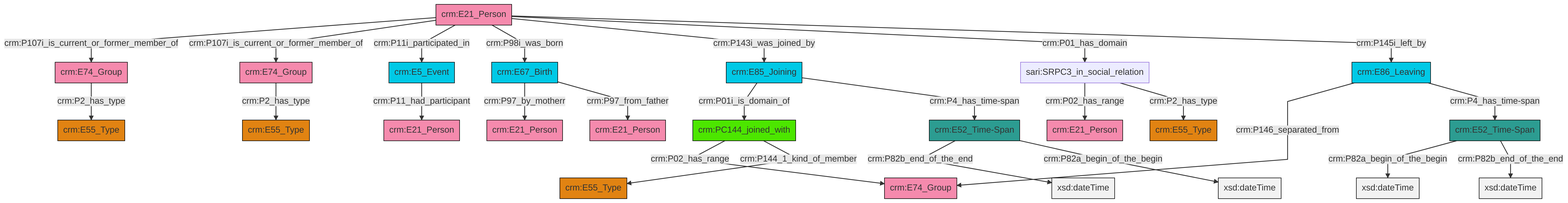
Above: et/personCSV/ttl/mmd/png/Person_Actor_Relations.png in swiss-art-research-net/reference-data-models (Mermaid), before the change. Its source is kept beside it as et/personCSV/ttl/mmd/Person_Actor_Relations.ttl.mmd.
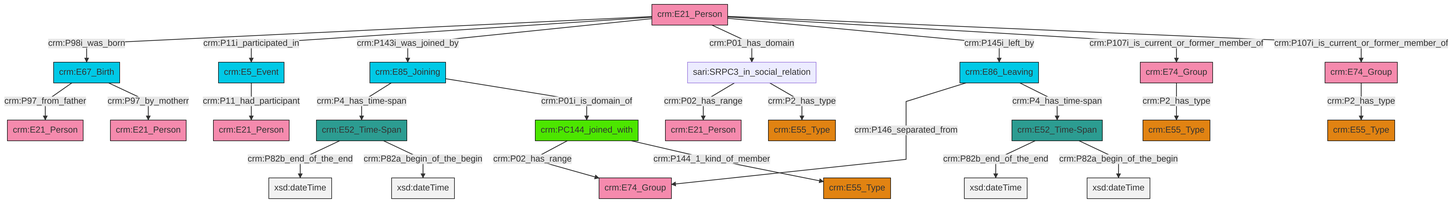
After the change.

Change to the diagram source:
```diff
@@ -13,27 +13,27 @@
 classDef PC_Classes fill:#4ce600, stroke:#000000;
 classDef Multi fill:#cccccc,stroke:#000000;
 
-0["crm:E21_Person"]:::Actor -->|crm:P107i_is_current_or_former_member_of| 1["crm:E74_Group"]:::Actor
-2["crm:E74_Group"]:::Actor -->|crm:P2_has_type| 3["crm:E55_Type"]:::Type
-4["sari:SRPC3_in_social_relation"]:::Default -->|crm:P02_has_range| 5["crm:E21_Person"]:::Actor
-10["crm:PC144_joined_with"]:::PC_Classes -->|crm:P02_has_range| 11["crm:E74_Group"]:::Actor
-13["crm:E5_Event"]:::Temporal_Entity -->|crm:P11_had_participant| 14["crm:E21_Person"]:::Actor
-6["crm:E52_Time-Span"]:::Time-Span -->|crm:P82b_end_of_the_end| 15[xsd:dateTime]:::Literal
-0["crm:E21_Person"]:::Actor -->|crm:P107i_is_current_or_former_member_of| 2["crm:E74_Group"]:::Actor
-17["crm:E86_Leaving"]:::Temporal_Entity -->|crm:P146_separated_from| 11["crm:E74_Group"]:::Actor
-6["crm:E52_Time-Span"]:::Time-Span -->|crm:P82a_begin_of_the_begin| 20[xsd:dateTime]:::Literal
-18["crm:E85_Joining"]:::Temporal_Entity -->|crm:P01i_is_domain_of| 10["crm:PC144_joined_with"]:::PC_Classes
-0["crm:E21_Person"]:::Actor -->|crm:P11i_participated_in| 13["crm:E5_Event"]:::Temporal_Entity
-1["crm:E74_Group"]:::Actor -->|crm:P2_has_type| 21["crm:E55_Type"]:::Type
-0["crm:E21_Person"]:::Actor -->|crm:P98i_was_born| 31["crm:E67_Birth"]:::Temporal_Entity
-0["crm:E21_Person"]:::Actor -->|crm:P143i_was_joined_by| 18["crm:E85_Joining"]:::Temporal_Entity
-10["crm:PC144_joined_with"]:::PC_Classes -->|crm:P144_1_kind_of_member| 8["crm:E55_Type"]:::Type
-4["sari:SRPC3_in_social_relation"]:::Default -->|crm:P2_has_type| 23["crm:E55_Type"]:::Type
-31["crm:E67_Birth"]:::Temporal_Entity -->|crm:P97_by_motherr| 26["crm:E21_Person"]:::Actor
-31["crm:E67_Birth"]:::Temporal_Entity -->|crm:P97_from_father| 36["crm:E21_Person"]:::Actor
-0["crm:E21_Person"]:::Actor -->|crm:P01_has_domain| 4["sari:SRPC3_in_social_relation"]:::Default
-34["crm:E52_Time-Span"]:::Time-Span -->|crm:P82a_begin_of_the_begin| 42[xsd:dateTime]:::Literal
-34["crm:E52_Time-Span"]:::Time-Span -->|crm:P82b_end_of_the_end| 43[xsd:dateTime]:::Literal
-17["crm:E86_Leaving"]:::Temporal_Entity -->|crm:P4_has_time-span| 34["crm:E52_Time-Span"]:::Time-Span
-0["crm:E21_Person"]:::Actor -->|crm:P145i_left_by| 17["crm:E86_Leaving"]:::Temporal_Entity
-18["crm:E85_Joining"]:::Temporal_Entity -->|crm:P4_has_time-span| 6["crm:E52_Time-Span"]:::Time-Span
+0["crm:E52_Time-Span"]:::Time-Span -->|crm:P82b_end_of_the_end| 1[xsd:dateTime]:::Literal
+2["crm:E85_Joining"]:::Temporal_Entity -->|crm:P4_has_time-span| 3["crm:E52_Time-Span"]:::Time-Span
+10["crm:E86_Leaving"]:::Temporal_Entity -->|crm:P146_separated_from| 4["crm:E74_Group"]:::Actor
+11["crm:PC144_joined_with"]:::PC_Classes -->|crm:P02_has_range| 4["crm:E74_Group"]:::Actor
+12["crm:E21_Person"]:::Actor -->|crm:P98i_was_born| 16["crm:E67_Birth"]:::Temporal_Entity
+10["crm:E86_Leaving"]:::Temporal_Entity -->|crm:P4_has_time-span| 0["crm:E52_Time-Span"]:::Time-Span
+0["crm:E52_Time-Span"]:::Time-Span -->|crm:P82a_begin_of_the_begin| 19[xsd:dateTime]:::Literal
+22["crm:E74_Group"]:::Actor -->|crm:P2_has_type| 17["crm:E55_Type"]:::Type
+12["crm:E21_Person"]:::Actor -->|crm:P11i_participated_in| 6["crm:E5_Event"]:::Temporal_Entity
+2["crm:E85_Joining"]:::Temporal_Entity -->|crm:P01i_is_domain_of| 11["crm:PC144_joined_with"]:::PC_Classes
+6["crm:E5_Event"]:::Temporal_Entity -->|crm:P11_had_participant| 23["crm:E21_Person"]:::Actor
+3["crm:E52_Time-Span"]:::Time-Span -->|crm:P82b_end_of_the_end| 25[xsd:dateTime]:::Literal
+12["crm:E21_Person"]:::Actor -->|crm:P143i_was_joined_by| 2["crm:E85_Joining"]:::Temporal_Entity
+12["crm:E21_Person"]:::Actor -->|crm:P01_has_domain| 26["sari:SRPC3_in_social_relation"]:::Default
+16["crm:E67_Birth"]:::Temporal_Entity -->|crm:P97_from_father| 28["crm:E21_Person"]:::Actor
+29["crm:E74_Group"]:::Actor -->|crm:P2_has_type| 14["crm:E55_Type"]:::Type
+12["crm:E21_Person"]:::Actor -->|crm:P145i_left_by| 10["crm:E86_Leaving"]:::Temporal_Entity
+11["crm:PC144_joined_with"]:::PC_Classes -->|crm:P144_1_kind_of_member| 20["crm:E55_Type"]:::Type
+16["crm:E67_Birth"]:::Temporal_Entity -->|crm:P97_by_motherr| 8["crm:E21_Person"]:::Actor
+26["sari:SRPC3_in_social_relation"]:::Default -->|crm:P02_has_range| 39["crm:E21_Person"]:::Actor
+12["crm:E21_Person"]:::Actor -->|crm:P107i_is_current_or_former_member_of| 22["crm:E74_Group"]:::Actor
+3["crm:E52_Time-Span"]:::Time-Span -->|crm:P82a_begin_of_the_begin| 41[xsd:dateTime]:::Literal
+12["crm:E21_Person"]:::Actor -->|crm:P107i_is_current_or_former_member_of| 29["crm:E74_Group"]:::Actor
+26["sari:SRPC3_in_social_relation"]:::Default -->|crm:P2_has_type| 37["crm:E55_Type"]:::Type
```
